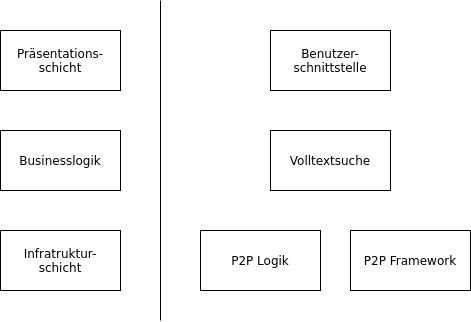
Before: images/Schichten.png, a diagram exported from draw.io (htw-projekt-p2p-volltextsuche/vortrag). Source tidied: cells renumbered, new cells last; positions are measured from the earlier drawing's top-left corner, leaving out a move shared by most shapes. Source of this version:
```xml
<mxGraphModel>
  <root>
    <mxCell id="0" />
    <mxCell id="1" parent="0" />
    <mxCell id="2" value="Volltextsuche" style="rounded=0;whiteSpace=wrap;html=1;" parent="1" vertex="1">
      <mxGeometry x="270" y="130" width="120" height="60" as="geometry" />
    </mxCell>
    <mxCell id="3" value="P2P Framework" style="rounded=0;whiteSpace=wrap;html=1;" parent="1" vertex="1">
      <mxGeometry x="350" y="230" width="120" height="60" as="geometry" />
    </mxCell>
    <mxCell id="4" value="P2P Logik" style="rounded=0;whiteSpace=wrap;html=1;" parent="1" vertex="1">
      <mxGeometry x="200" y="230" width="120" height="60" as="geometry" />
    </mxCell>
    <mxCell id="5" value="Benutzer-&lt;br&gt;schnittstelle" style="rounded=0;whiteSpace=wrap;html=1;" parent="1" vertex="1">
      <mxGeometry x="270" y="30" width="120" height="60" as="geometry" />
    </mxCell>
    <mxCell id="6" value="Präsentations-&lt;br&gt;schicht" style="rounded=0;whiteSpace=wrap;html=1;" parent="1" vertex="1">
      <mxGeometry y="30" width="120" height="60" as="geometry" />
    </mxCell>
    <mxCell id="7" value="Businesslogik" style="rounded=0;whiteSpace=wrap;html=1;" parent="1" vertex="1">
      <mxGeometry y="130" width="120" height="60" as="geometry" />
    </mxCell>
    <mxCell id="8" value="Infratruktur-&lt;br&gt;schicht" style="rounded=0;whiteSpace=wrap;html=1;" parent="1" vertex="1">
      <mxGeometry y="230" width="120" height="60" as="geometry" />
    </mxCell>
    <mxCell id="9" style="endArrow=none;html=1;" parent="1" edge="1">
      <mxGeometry relative="1" as="geometry">
        <mxPoint x="160" y="320" as="sourcePoint" />
        <mxPoint x="160" as="targetPoint" />
      </mxGeometry>
    </mxCell>
  </root>
</mxGraphModel>
```
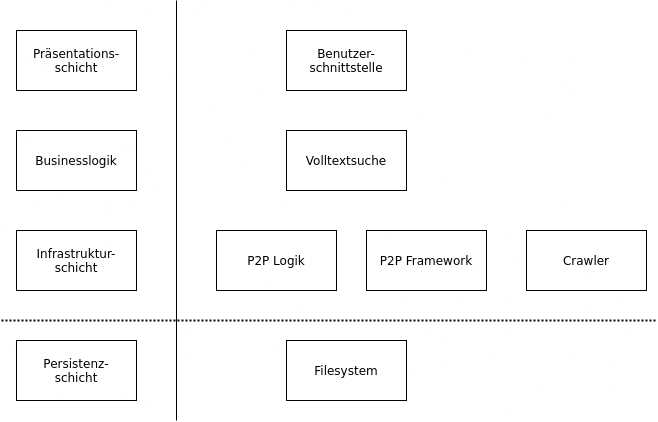
The same file after the commit.

What changed in the source:
```diff
@@ -20,14 +20,29 @@
     <mxCell id="7" value="Businesslogik" style="rounded=0;whiteSpace=wrap;html=1;" parent="1" vertex="1">
       <mxGeometry y="130" width="120" height="60" as="geometry" />
     </mxCell>
-    <mxCell id="8" value="Infratruktur-&lt;br&gt;schicht" style="rounded=0;whiteSpace=wrap;html=1;" parent="1" vertex="1">
+    <mxCell id="8" value="Infrastruktur-&lt;br&gt;schicht" style="rounded=0;whiteSpace=wrap;html=1;" parent="1" vertex="1">
       <mxGeometry y="230" width="120" height="60" as="geometry" />
     </mxCell>
     <mxCell id="9" style="endArrow=none;html=1;" parent="1" edge="1">
       <mxGeometry relative="1" as="geometry">
-        <mxPoint x="160" y="320" as="sourcePoint" />
+        <mxPoint x="160" y="420" as="sourcePoint" />
         <mxPoint x="160" as="targetPoint" />
       </mxGeometry>
     </mxCell>
+    <mxCell id="10" style="endArrow=none;dashed=1;html=1;strokeWidth=2;dashPattern=1 1;" parent="1" edge="1">
+      <mxGeometry relative="1" as="geometry">
+        <mxPoint x="-15" y="320" as="sourcePoint" />
+        <mxPoint x="640" y="320" as="targetPoint" />
+      </mxGeometry>
+    </mxCell>
+    <mxCell id="11" value="Persistenz-&lt;br&gt;schicht" style="rounded=0;whiteSpace=wrap;html=1;" parent="1" vertex="1">
+      <mxGeometry y="340" width="120" height="60" as="geometry" />
+    </mxCell>
+    <mxCell id="12" value="Filesystem" style="rounded=0;whiteSpace=wrap;html=1;" parent="1" vertex="1">
+      <mxGeometry x="270" y="340" width="120" height="60" as="geometry" />
+    </mxCell>
+    <mxCell id="13" value="Crawler" style="rounded=0;whiteSpace=wrap;html=1;" parent="1" vertex="1">
+      <mxGeometry x="510" y="230" width="120" height="60" as="geometry" />
+    </mxCell>
   </root>
 </mxGraphModel>
```
